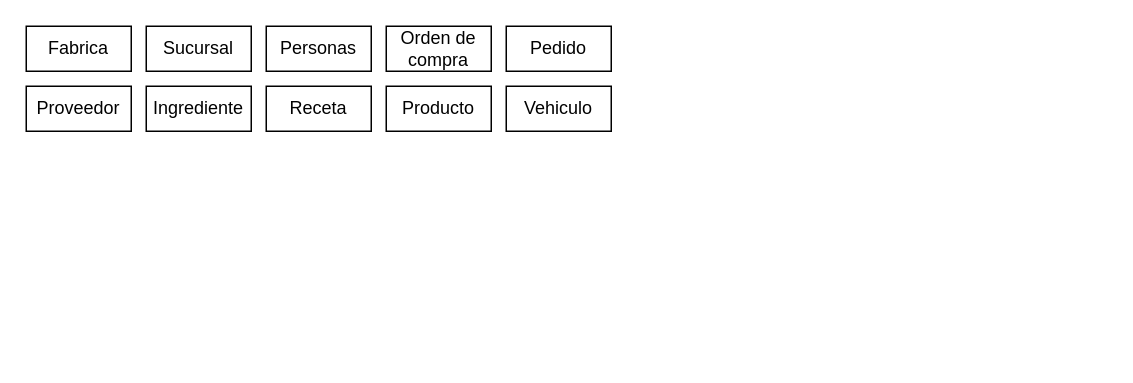
Before: NUEVO PROYECTO BASE DE DATOS/Modelo 7 pasos(Con MERE).drawio in bennnnja/BASE_DE_DATOS, a draw.io diagram. Source tidied: cells renumbered, new cells numbered last; positions are measured from the earlier drawing's top-left corner, leaving out a move shared by most shapes. Both pictures are drawn from the tidied source at 150%, with x=0, y=0 at pixel (26, 26).
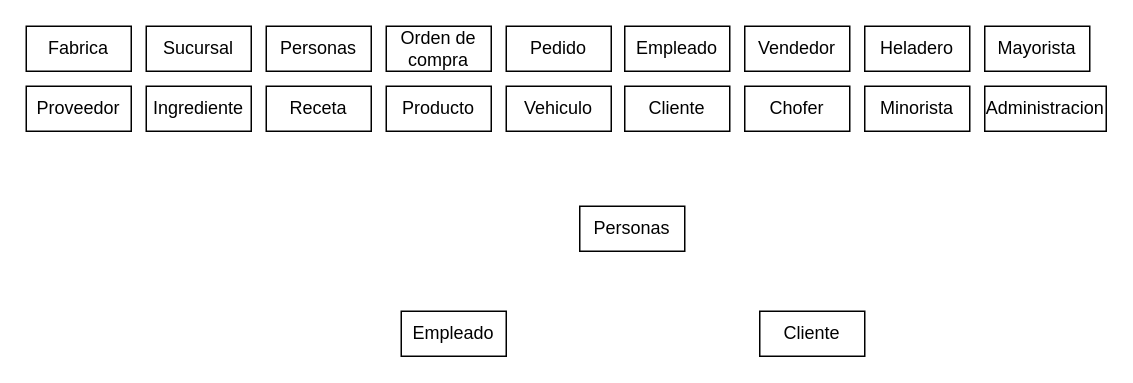
After the change.

Change to the diagram source:
```diff
@@
+    <mxCell id="12" value="Empleado" style="whiteSpace=wrap;html=1;align=center;" parent="1" vertex="1">
+      <mxGeometry x="399" width="70" height="30" as="geometry" />
+    </mxCell>
+    <mxCell id="13" value="Vendedor" style="whiteSpace=wrap;html=1;align=center;" parent="1" vertex="1">
+      <mxGeometry x="479" width="70" height="30" as="geometry" />
+    </mxCell>
+    <mxCell id="14" value="Heladero" style="whiteSpace=wrap;html=1;align=center;" parent="1" vertex="1">
+      <mxGeometry x="559" width="70" height="30" as="geometry" />
+    </mxCell>
+    <mxCell id="15" value="Mayorista" style="whiteSpace=wrap;html=1;align=center;" parent="1" vertex="1">
+      <mxGeometry x="639" width="70" height="30" as="geometry" />
+    </mxCell>
+    <mxCell id="16" value="Cliente" style="whiteSpace=wrap;html=1;align=center;" parent="1" vertex="1">
+      <mxGeometry x="399" y="40" width="70" height="30" as="geometry" />
+    </mxCell>
+    <mxCell id="17" value="Chofer" style="whiteSpace=wrap;html=1;align=center;" parent="1" vertex="1">
+      <mxGeometry x="479" y="40" width="70" height="30" as="geometry" />
+    </mxCell>
+    <mxCell id="18" value="Minorista" style="whiteSpace=wrap;html=1;align=center;" parent="1" vertex="1">
+      <mxGeometry x="559" y="40" width="70" height="30" as="geometry" />
+    </mxCell>
+    <mxCell id="19" value="Administracion" style="whiteSpace=wrap;html=1;align=center;" parent="1" vertex="1">
+      <mxGeometry x="639" y="40" width="81" height="30" as="geometry" />
+    </mxCell>
+    <mxCell id="20" value="Personas" style="whiteSpace=wrap;html=1;align=center;" parent="1" vertex="1">
+      <mxGeometry x="369" y="120" width="70" height="30" as="geometry" />
+    </mxCell>
+    <mxCell id="21" value="Empleado" style="whiteSpace=wrap;html=1;align=center;" parent="1" vertex="1">
+      <mxGeometry x="250" y="190" width="70" height="30" as="geometry" />
+    </mxCell>
+    <mxCell id="22" value="Cliente" style="whiteSpace=wrap;html=1;align=center;" parent="1" vertex="1">
+      <mxGeometry x="489" y="190" width="70" height="30" as="geometry" />
+    </mxCell>
```
